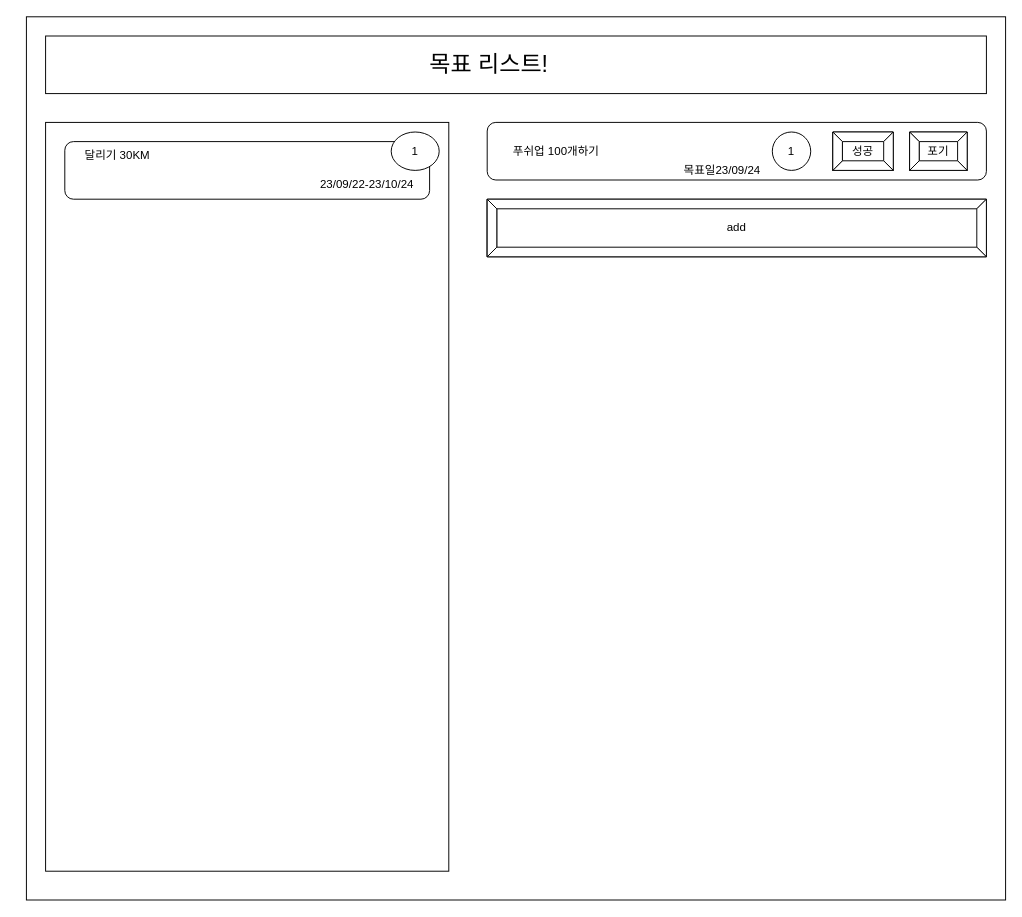
This is .drawio from 231p0w0q132/blueprint, a draw.io file, before an edit. Source tidied: cells renumbered, new cells numbered last; positions are measured from the earlier drawing's top-left corner, leaving out a move shared by most shapes. Both pictures are drawn from the tidied source at 96%, with x=0, y=0 at pixel (26, 16).
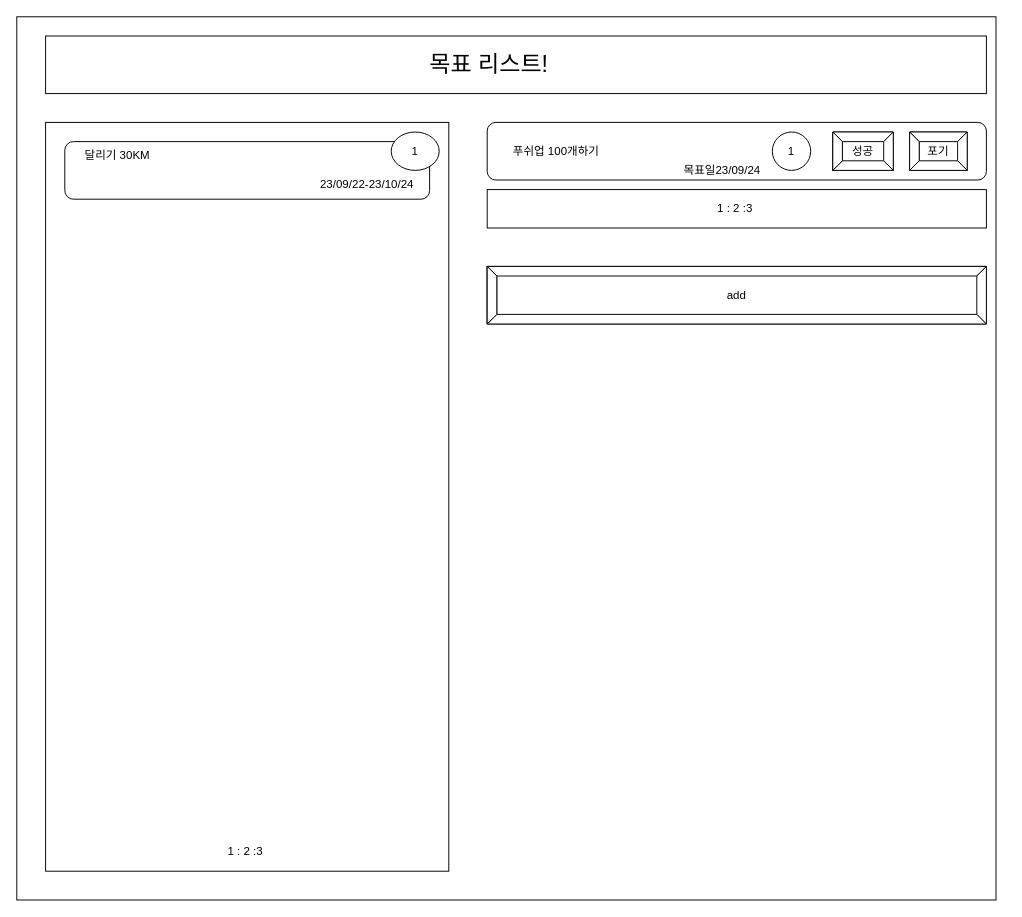
The same diagram, later.

Diff of the diagram source:
```diff
@@
     <mxCell id="2" style="rounded=0;whiteSpace=wrap;html=1;" parent="1" vertex="1">
-      <mxGeometry width="1020" height="920" as="geometry" />
+      <mxGeometry x="-10" width="1020" height="920" as="geometry" />
     </mxCell>
@@
     <mxCell id="6" value="add" style="labelPosition=center;verticalLabelPosition=middle;align=center;html=1;shape=mxgraph.basic.button;dx=10;whiteSpace=wrap;" parent="1" vertex="1">
-      <mxGeometry x="480" y="190" width="520" height="60" as="geometry" />
+      <mxGeometry x="480" y="260" width="520" height="60" as="geometry" />
     </mxCell>
@@
+    <mxCell id="18" style="rounded=0;whiteSpace=wrap;html=1;" parent="1" vertex="1">
+      <mxGeometry x="480" y="180" width="520" height="40" as="geometry" />
+    </mxCell>
+    <mxCell id="19" value="1 : 2 :3&amp;nbsp;" style="text;html=1;strokeColor=none;fillColor=none;align=center;verticalAlign=middle;whiteSpace=wrap;rounded=0;" parent="1" vertex="1">
+      <mxGeometry x="480" y="180" width="520" height="40" as="geometry" />
+    </mxCell>
+    <mxCell id="20" value="1 : 2 :3&amp;nbsp;" style="text;html=1;strokeColor=none;fillColor=none;align=center;verticalAlign=middle;whiteSpace=wrap;rounded=0;" parent="1" vertex="1">
+      <mxGeometry x="20" y="850" width="420" height="40" as="geometry" />
+    </mxCell>
```
